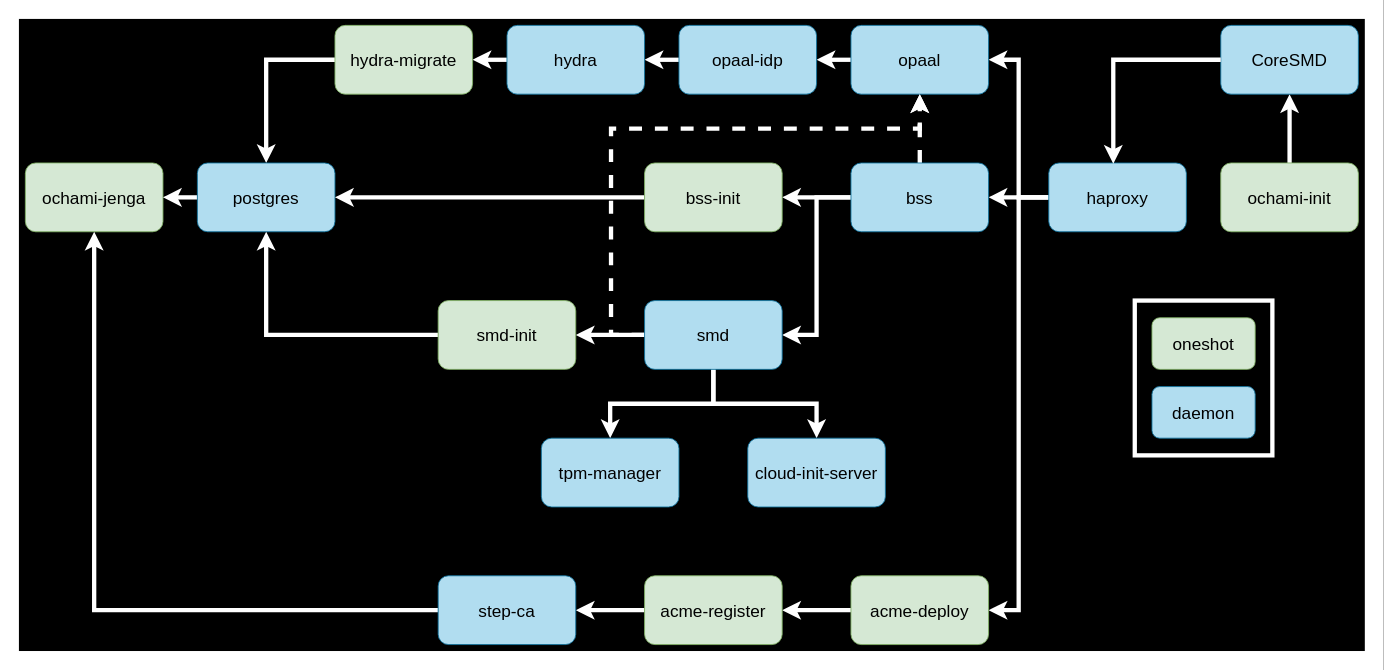
Earlier version of the draw.io diagram page "dark" (1 of 2) of podman_quadlets_flow.drawio (OpenCHAMI/mini-bootcamp). Source tidied: cells renumbered, new cells numbered last; positions are measured from the earlier drawing's top-left corner, leaving out a move shared by most shapes. Both pictures are drawn from the tidied source at 86%, with x=0, y=0 at pixel (16, 16).
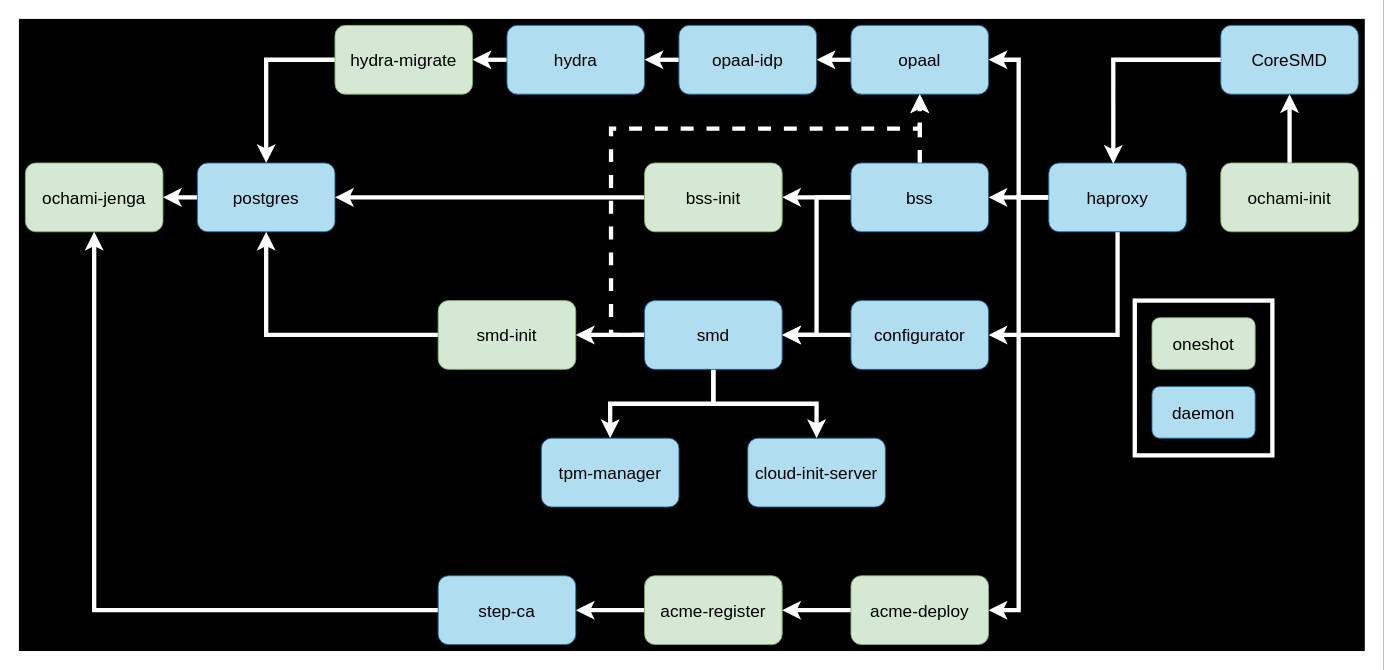
The same page after the edit.

Commit message (it also covers changes not shown here):
feat: add configurator to quadlet chart

The change refers to these unchanged cells:
```xml
<mxCell id="11" value="&lt;font style=&quot;font-size: 20px;&quot;&gt;haproxy&lt;/font&gt;" style="rounded=1;whiteSpace=wrap;html=1;fillColor=#b1ddf0;strokeColor=#10739e;" parent="1" vertex="1">
  <mxGeometry x="1200" y="170" width="160" height="80" as="geometry" />
</mxCell>
<mxCell id="34" value="smd" style="rounded=1;whiteSpace=wrap;html=1;fillColor=#b1ddf0;strokeColor=#10739e;fontSize=20;" parent="1" vertex="1">
  <mxGeometry x="730" y="330" width="160" height="80" as="geometry" />
</mxCell>
```

Diff of the diagram source:
```diff
@@
+    <mxCell id="46" style="edgeStyle=orthogonalEdgeStyle;rounded=0;jettySize=auto;html=1;exitX=0.5;exitY=1;exitDx=0;exitDy=0;entryX=1;entryY=0.5;entryDx=0;entryDy=0;strokeColor=#FFFFFF;strokeWidth=5;" parent="1" edge="1" source="11" target="48">
+      <mxGeometry relative="1" as="geometry" />
+    </mxCell>
@@
+    <mxCell id="47" style="edgeStyle=orthogonalEdgeStyle;rounded=0;jettySize=auto;html=1;exitX=0;exitY=0.5;exitDx=0;exitDy=0;entryX=1;entryY=0.5;entryDx=0;entryDy=0;strokeWidth=5;strokeColor=#FFFFFF;" parent="1" edge="1" source="48" target="34">
+      <mxGeometry relative="1" as="geometry" />
+    </mxCell>
+    <mxCell id="48" value="configurator" style="rounded=1;whiteSpace=wrap;html=1;fillColor=#b1ddf0;strokeColor=#10739e;fontSize=20;" parent="1" vertex="1">
+      <mxGeometry x="970" y="330" width="160" height="80" as="geometry" />
+    </mxCell>
```
